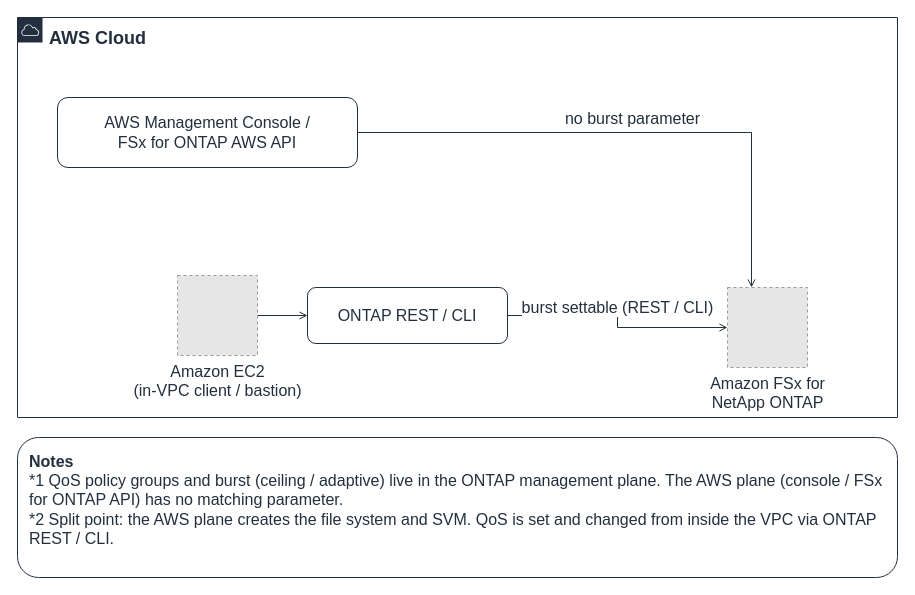
Before: docs/_assets/diagrams/qos-burst-two-plane-en.drawio in Yoshiki0705/FSx-for-ONTAP-Adoption-Playbook, a draw.io diagram. Source tidied: cells renumbered, new cells numbered last; positions are measured from the earlier drawing's top-left corner, leaving out a move shared by most shapes. Both pictures are drawn from the tidied source at 100%, with x=0, y=0 at pixel (17, 17). Pictures stored in the file or linked from it are replaced by grey dashed boxes.
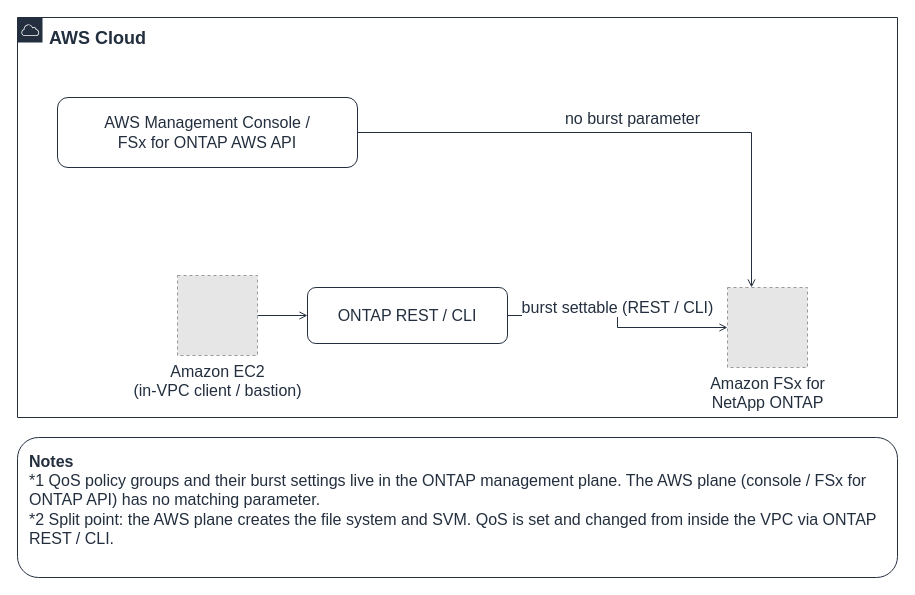
The same diagram, later.

Change to the diagram source:
```diff
@@
 <mxGraphModel background="#FFFFFF">
   <root>
     <mxCell id="0" />
     <mxCell id="1" parent="0" />
     <mxCell id="2" value="no burst parameter" style="edgeStyle=orthogonalEdgeStyle;rounded=0;html=1;endArrow=open;endFill=0;strokeColor=#232F3E;strokeWidth=1;fontSize=16;fontColor=#232F3E;labelBackgroundColor=#FFFFFF;exitX=1.0;exitY=0.5;exitDx=0;exitDy=0;entryX=0.3;entryY=0.0;entryDx=0;entryDy=0;" parent="1" edge="1" source="6" target="9">
       <mxGeometry relative="1" as="geometry">
         <mxPoint y="-14" as="offset" />
       </mxGeometry>
     </mxCell>
     <mxCell id="3" style="edgeStyle=orthogonalEdgeStyle;rounded=0;html=1;endArrow=open;endFill=0;strokeColor=#232F3E;strokeWidth=1;fontSize=16;fontColor=#232F3E;labelBackgroundColor=#FFFFFF;exitX=1.0;exitY=0.5;exitDx=0;exitDy=0;entryX=0.0;entryY=0.5;entryDx=0;entryDy=0;" parent="1" edge="1" source="10" target="7">
       <mxGeometry relative="1" as="geometry" />
     </mxCell>
     <mxCell id="4" value="burst settable (REST / CLI)" style="edgeStyle=orthogonalEdgeStyle;rounded=0;html=1;endArrow=open;endFill=0;strokeColor=#232F3E;strokeWidth=1;fontSize=16;fontColor=#232F3E;labelBackgroundColor=#FFFFFF;exitX=1.0;exitY=0.5;exitDx=0;exitDy=0;entryX=0.0;entryY=0.5;entryDx=0;entryDy=0;" parent="1" edge="1" source="7" target="9">
       <mxGeometry relative="1" as="geometry">
         <mxPoint y="-14" as="offset" />
       </mxGeometry>
     </mxCell>
     <mxCell id="5" value="AWS Cloud" style="gradientColor=none;html=1;whiteSpace=wrap;fontSize=18;fontStyle=1;fontColor=#232F3E;shape=mxgraph.aws4.group;grIcon=mxgraph.aws4.group_aws_cloud;strokeColor=#232F3E;fillColor=none;verticalAlign=top;align=left;spacingLeft=30;spacingTop=4;dashed=0;labelBackgroundColor=#FFFFFF;" parent="1" vertex="1">
       <mxGeometry width="880" height="400" as="geometry" />
     </mxCell>
     <mxCell id="6" value="AWS Management Console /&lt;br&gt;FSx for ONTAP AWS API" style="rounded=1;whiteSpace=wrap;html=1;strokeColor=#232F3E;fillColor=none;fontColor=#232F3E;fontSize=16;verticalAlign=middle;align=center;" parent="1" vertex="1">
       <mxGeometry x="40" y="80" width="300" height="70" as="geometry" />
     </mxCell>
     <mxCell id="7" value="ONTAP REST / CLI" style="rounded=1;whiteSpace=wrap;html=1;strokeColor=#232F3E;fillColor=none;fontColor=#232F3E;fontSize=16;verticalAlign=middle;align=center;" parent="1" vertex="1">
       <mxGeometry x="290" y="270" width="200" height="56" as="geometry" />
     </mxCell>
-    <mxCell id="8" value="&lt;b&gt;Notes&lt;/b&gt;&lt;br&gt;*1 QoS policy groups and burst (ceiling / adaptive) live in the ONTAP management plane. The AWS plane (console / FSx for ONTAP API) has no matching parameter.&lt;br&gt;*2 Split point: the AWS plane creates the file system and SVM. QoS is set and changed from inside the VPC via ONTAP REST / CLI." style="rounded=1;whiteSpace=wrap;html=1;strokeColor=#232F3E;fillColor=none;fontColor=#232F3E;fontSize=16;verticalAlign=top;align=left;spacingLeft=10;spacingRight=10;spacingTop=8;" parent="1" vertex="1">
+    <mxCell id="8" value="&lt;b&gt;Notes&lt;/b&gt;&lt;br&gt;*1 QoS policy groups and their burst settings live in the ONTAP management plane. The AWS plane (console / FSx for ONTAP API) has no matching parameter.&lt;br&gt;*2 Split point: the AWS plane creates the file system and SVM. QoS is set and changed from inside the VPC via ONTAP REST / CLI." style="rounded=1;whiteSpace=wrap;html=1;strokeColor=#232F3E;fillColor=none;fontColor=#232F3E;fontSize=16;verticalAlign=top;align=left;spacingLeft=10;spacingRight=10;spacingTop=8;" parent="1" vertex="1">
       <mxGeometry y="420" width="880" height="140" as="geometry" />
     </mxCell>
     <mxCell id="9" value="Amazon FSx for&lt;br&gt;NetApp ONTAP" style="fillColor=#E6E6E6;strokeColor=#999999;dashed=1;html=1;verticalLabelPosition=bottom;verticalAlign=top;labelPosition=center;align=center;fontSize=16;fontColor=#232F3E;" parent="1" vertex="1">
       <mxGeometry x="710" y="270" width="80" height="80" as="geometry" />
     </mxCell>
     <mxCell id="10" value="Amazon EC2&lt;br&gt;(in-VPC client / bastion)" style="fillColor=#E6E6E6;strokeColor=#999999;dashed=1;html=1;verticalLabelPosition=bottom;verticalAlign=top;labelPosition=center;align=center;fontSize=16;fontColor=#232F3E;" parent="1" vertex="1">
       <mxGeometry x="160" y="258" width="80" height="80" as="geometry" />
     </mxCell>
   </root>
 </mxGraphModel>
```
